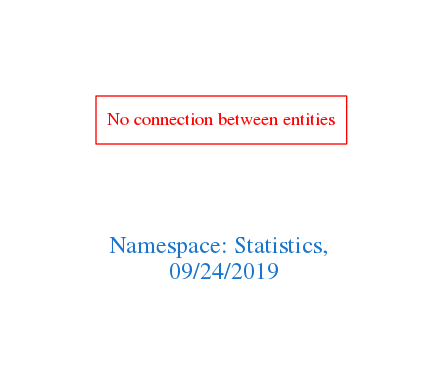
Earlier version of the Graphviz export downloads/Statistics.png (arago/OGIT). Its source is kept beside it as downloads/Statistics.dot.
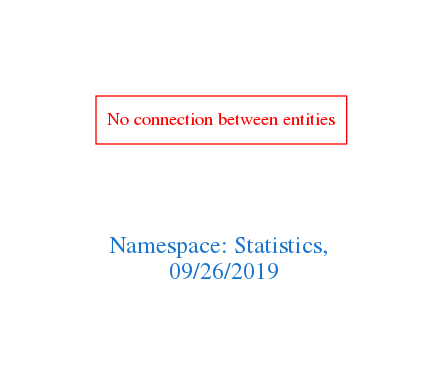
The same file after the commit.

Change to the diagram source:
```diff
@@ -1,7 +1,7 @@
 digraph OGIT_ontology {
  graph [ rankdir= LR,pad=1
 fontsize = 18,
-fontcolor= dodgerblue3,label = "\n\n\nNamespace: Statistics, \n 09/24/2019"];
+fontcolor= dodgerblue3,label = "\n\n\nNamespace: Statistics, \n 09/26/2019"];
 node[shape=polygon];
 edge [  color="gray81"];
 
```
